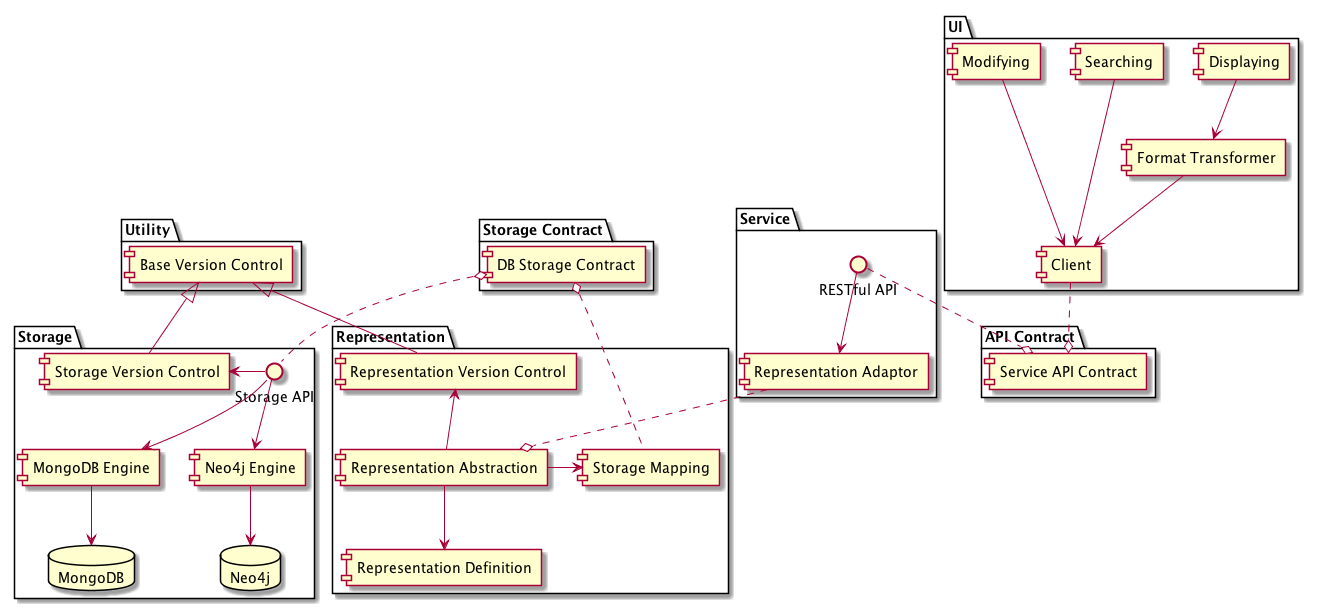
Above: sa/uml/development-view.png in nanoix9/2019Papers (PlantUML), before the change. The source it was exported from:
```plantuml
@startuml



package Service {
    interface "RESTful API" as RESTful_API
    component "Representation Adaptor" as Repre_Adaptor

    RESTful_API --> Repre_Adaptor
}

package Representation {
    component "Representation Abstraction" as Repre_Abs
    component "Representation Definition" as Repre_Def
    component "Storage Mapping" as Storage_Mapping
    component "Representation Version Control" as Repre_VC

    Repre_Abs -> Storage_Mapping
    Repre_Abs -up-> Repre_VC
    Repre_Abs --> Repre_Def
}

package Storage {
    component "MongoDB Engine" as MongoDB_Engine
    database MongoDB
    component "Neo4j Engine" as Neo4j_Engine
    database Neo4j

    interface "Storage API" as Storage_API

    component "Storage Version Control" as Storage_VC

    MongoDB_Engine -down-> MongoDB
    Neo4j_Engine -down-> Neo4j
    Storage_API -down-> MongoDB_Engine
    Storage_API -down-> Neo4j_Engine

    Storage_API -left-> Storage_VC
}

package UI {
    component Searching
    component Displaying
    component Modifying

    component Client
    component "Format Transformer" as Format_Transformer

    Searching --down-> Client
    Format_Transformer -down-> Client
    Format_Transformer <-up- Displaying
    Modifying --down-> Client
}

package "API Contract" as API_Contract {
    component "Service API Contract" as Service_API_Contract
}

package "Storage Contract" as Storage_Contract {
    component "DB Storage Contract" as DB_Storage_Contract
}

package Utility {
    component "Base Version Control" as Base_VC
}

Repre_Adaptor ..o Repre_Abs

Repre_VC -up-|> Base_VC
Storage_VC -up-|> Base_VC


Client ..o Service_API_Contract
RESTful_API ..o Service_API_Contract

Storage_Mapping .up.o DB_Storage_Contract
Storage_API .up.o DB_Storage_Contract


@enduml
```
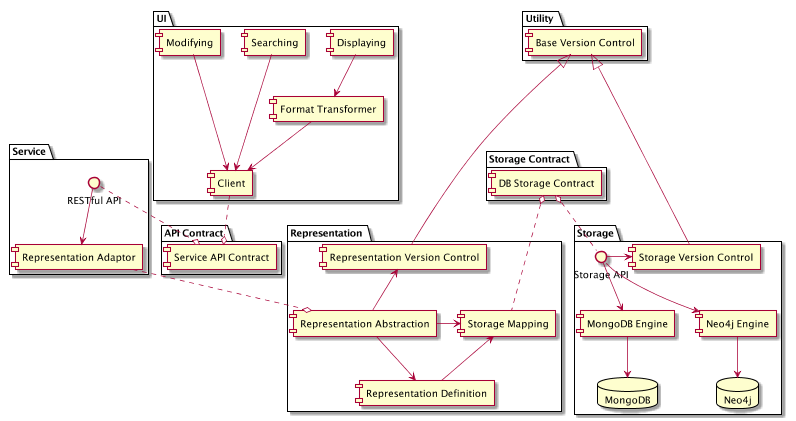
After the change.

What changed in the source:
```diff
@@ -1,4 +1,6 @@
 @startuml
+
+scale max 800 width
 
 
 
@@ -15,9 +17,10 @@
     component "Storage Mapping" as Storage_Mapping
     component "Representation Version Control" as Repre_VC
 
-    Repre_Abs -> Storage_Mapping
+    Repre_Abs -left-> Storage_Mapping
     Repre_Abs -up-> Repre_VC
     Repre_Abs --> Repre_Def
+    Repre_Def -up-> Storage_Mapping
 }
 
 package Storage {
@@ -66,8 +69,8 @@
 
 Repre_Adaptor ..o Repre_Abs
 
-Repre_VC -up-|> Base_VC
-Storage_VC -up-|> Base_VC
+Repre_VC --up--|> Base_VC
+Storage_VC --up--|> Base_VC
 
 
 Client ..o Service_API_Contract
```
